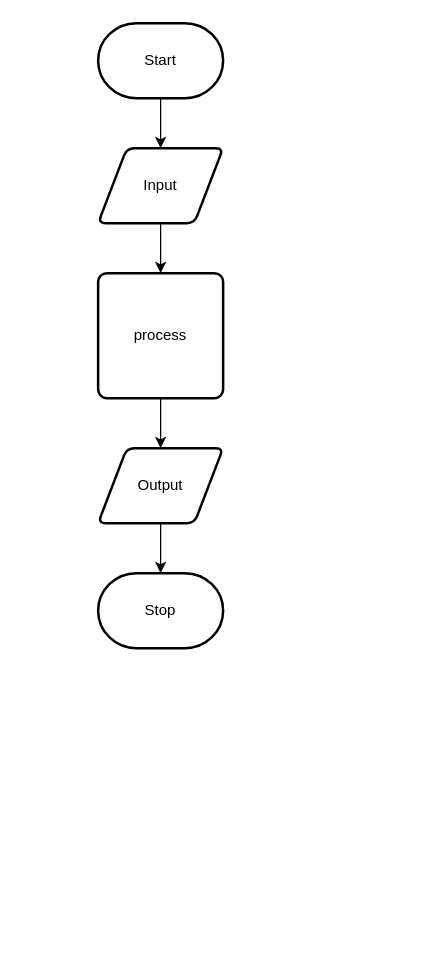
The draw.io diagram design/flow-chart.drawio in ashley-monaghan/ICS2OR-Unit-5-01, before the edit. Source tidied: cells renumbered, new cells numbered last; positions are measured from the earlier drawing's top-left corner, leaving out a move shared by most shapes. Both pictures are drawn from the tidied source at 125%, with x=0, y=0 at pixel (98, 22).
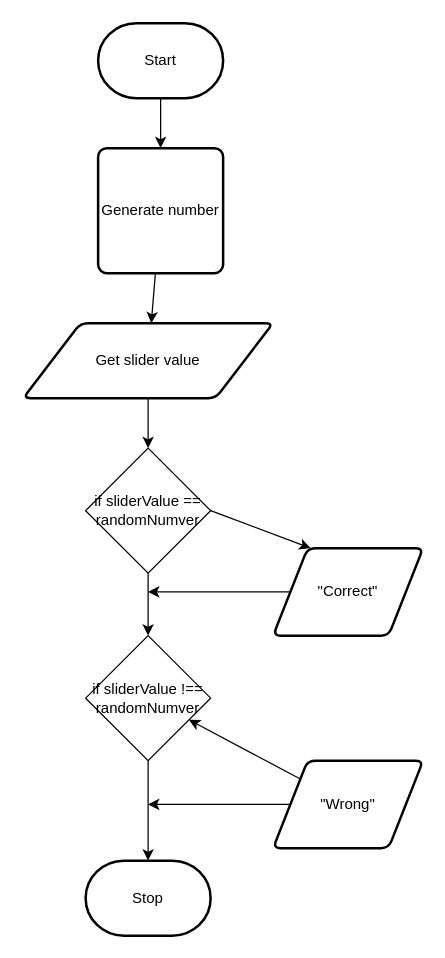
Above is the later version.

Unchanged cells that the change refers to:
```xml
<mxCell id="3" value="Start" style="strokeWidth=2;html=1;shape=mxgraph.flowchart.terminator;whiteSpace=wrap;" parent="1" vertex="1">
  <mxGeometry width="100" height="60" as="geometry" />
</mxCell>
```

Diff of the diagram source:
```diff
@@
-    <mxCell id="2" style="edgeStyle=none;html=1;" parent="1" edge="1" source="3" target="5">
-      <mxGeometry relative="1" as="geometry" />
+    <mxCell id="2" style="edgeStyle=none;html=1;" parent="1" edge="1" source="3">
+      <mxGeometry relative="1" as="geometry">
+        <mxPoint x="50" y="100" as="targetPoint" />
+      </mxGeometry>
     </mxCell>
@@
-    <mxCell id="4" style="edgeStyle=none;html=1;" parent="1" edge="1" source="5" target="7">
-      <mxGeometry relative="1" as="geometry" />
-    </mxCell>
-    <mxCell id="5" value="Input" style="shape=parallelogram;html=1;strokeWidth=2;perimeter=parallelogramPerimeter;whiteSpace=wrap;rounded=1;arcSize=12;size=0.23;" parent="1" vertex="1">
-      <mxGeometry y="100" width="100" height="60" as="geometry" />
-    </mxCell>
@@
-    <mxCell id="7" value="process" style="rounded=1;whiteSpace=wrap;html=1;absoluteArcSize=1;arcSize=14;strokeWidth=2;" parent="1" vertex="1">
-      <mxGeometry y="200" width="100" height="100" as="geometry" />
+    <mxCell id="7" value="Generate number" style="rounded=1;whiteSpace=wrap;html=1;absoluteArcSize=1;arcSize=14;strokeWidth=2;" parent="1" vertex="1">
+      <mxGeometry y="100" width="100" height="100" as="geometry" />
     </mxCell>
-    <mxCell id="8" style="edgeStyle=none;html=1;" parent="1" edge="1" source="9" target="10">
-      <mxGeometry relative="1" as="geometry" />
-    </mxCell>
+    <mxCell id="11" style="edgeStyle=none;html=1;entryX=0.5;entryY=0;entryDx=0;entryDy=0;" parent="1" edge="1" source="9" target="14">
+      <mxGeometry relative="1" as="geometry" />
+    </mxCell>
-    <mxCell id="9" value="Output" style="shape=parallelogram;html=1;strokeWidth=2;perimeter=parallelogramPerimeter;whiteSpace=wrap;rounded=1;arcSize=12;size=0.23;" parent="1" vertex="1">
-      <mxGeometry y="340" width="100" height="60" as="geometry" />
+    <mxCell id="9" value="Get slider value" style="shape=parallelogram;html=1;strokeWidth=2;perimeter=parallelogramPerimeter;whiteSpace=wrap;rounded=1;arcSize=12;size=0.23;" parent="1" vertex="1">
+      <mxGeometry x="-60" y="240" width="200" height="60" as="geometry" />
     </mxCell>
     <mxCell id="10" value="Stop" style="strokeWidth=2;html=1;shape=mxgraph.flowchart.terminator;whiteSpace=wrap;" parent="1" vertex="1">
-      <mxGeometry y="440" width="100" height="60" as="geometry" />
+      <mxGeometry x="-10" y="670" width="100" height="60" as="geometry" />
     </mxCell>
+    <mxCell id="12" style="edgeStyle=none;html=1;entryX=0.25;entryY=0;entryDx=0;entryDy=0;exitX=1;exitY=0.5;exitDx=0;exitDy=0;" parent="1" edge="1" source="14" target="16">
+      <mxGeometry relative="1" as="geometry" />
+    </mxCell>
+    <mxCell id="13" style="edgeStyle=none;html=1;entryX=0.5;entryY=0;entryDx=0;entryDy=0;" parent="1" edge="1" source="14" target="18">
+      <mxGeometry relative="1" as="geometry" />
+    </mxCell>
+    <mxCell id="14" value="if sliderValue == randomNumver" style="rhombus;whiteSpace=wrap;html=1;" parent="1" vertex="1">
+      <mxGeometry x="-10" y="340" width="100" height="100" as="geometry" />
+    </mxCell>
+    <mxCell id="15" style="edgeStyle=none;html=1;" parent="1" edge="1" source="16">
+      <mxGeometry relative="1" as="geometry">
+        <mxPoint x="40" y="455" as="targetPoint" />
+      </mxGeometry>
+    </mxCell>
+    <mxCell id="16" value="&quot;Correct&quot;" style="shape=parallelogram;html=1;strokeWidth=2;perimeter=parallelogramPerimeter;whiteSpace=wrap;rounded=1;arcSize=12;size=0.23;" parent="1" vertex="1">
+      <mxGeometry x="140" y="420" width="120" height="70" as="geometry" />
+    </mxCell>
+    <mxCell id="17" style="edgeStyle=none;html=1;" parent="1" edge="1" source="18">
+      <mxGeometry relative="1" as="geometry">
+        <mxPoint x="40" y="670" as="targetPoint" />
+      </mxGeometry>
+    </mxCell>
+    <mxCell id="18" value="if sliderValue !== randomNumver" style="rhombus;whiteSpace=wrap;html=1;" parent="1" vertex="1">
+      <mxGeometry x="-10" y="490" width="100" height="100" as="geometry" />
+    </mxCell>
+    <mxCell id="19" style="edgeStyle=none;html=1;" parent="1" edge="1" source="21" target="18">
+      <mxGeometry relative="1" as="geometry" />
+    </mxCell>
+    <mxCell id="20" style="edgeStyle=none;html=1;" parent="1" edge="1" source="21">
+      <mxGeometry relative="1" as="geometry">
+        <mxPoint x="40" y="625" as="targetPoint" />
+      </mxGeometry>
+    </mxCell>
+    <mxCell id="21" value="&quot;Wrong&quot;" style="shape=parallelogram;html=1;strokeWidth=2;perimeter=parallelogramPerimeter;whiteSpace=wrap;rounded=1;arcSize=12;size=0.23;" parent="1" vertex="1">
+      <mxGeometry x="140" y="590" width="120" height="70" as="geometry" />
+    </mxCell>
```
